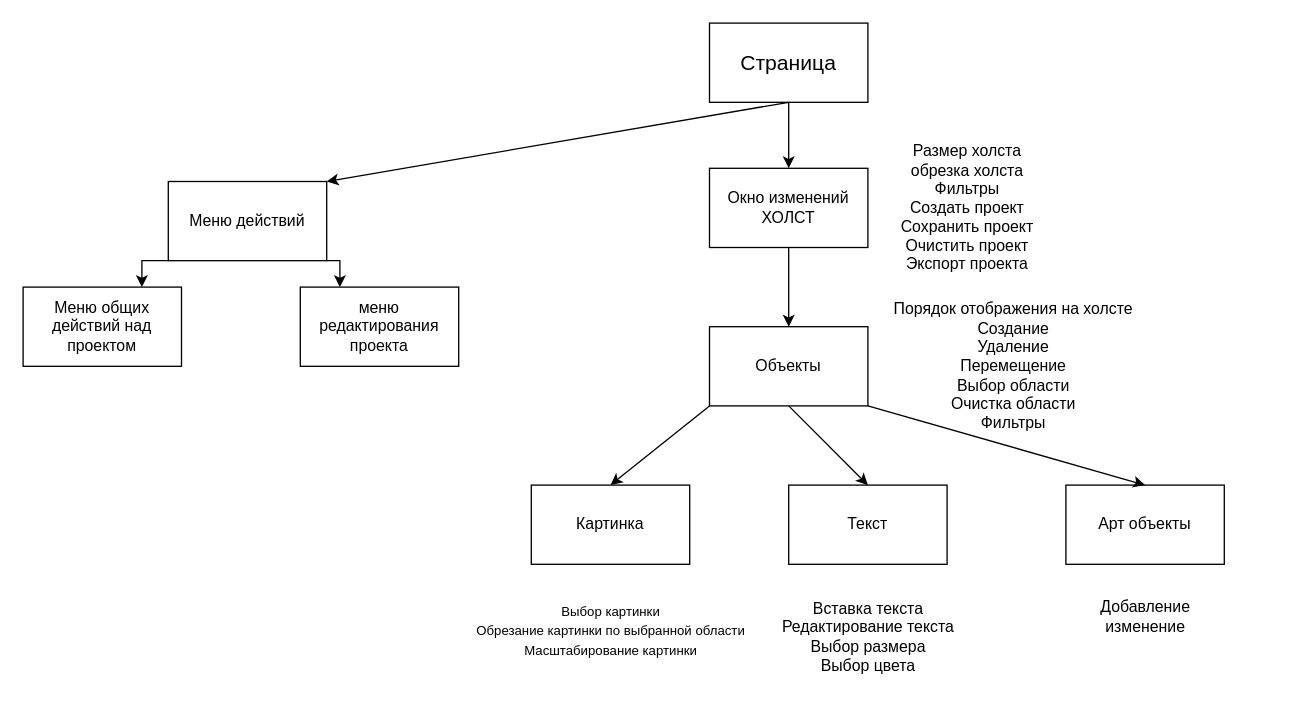
This is Диаграмма без названия.drawio from ValentinKonstantinov/Card_Maker, a draw.io file, before an edit. Source tidied: cells renumbered, new cells numbered last; positions are measured from the earlier drawing's top-left corner, leaving out a move shared by most shapes. Both pictures are drawn from the tidied source at 132%, with x=0, y=0 at pixel (22, 22).
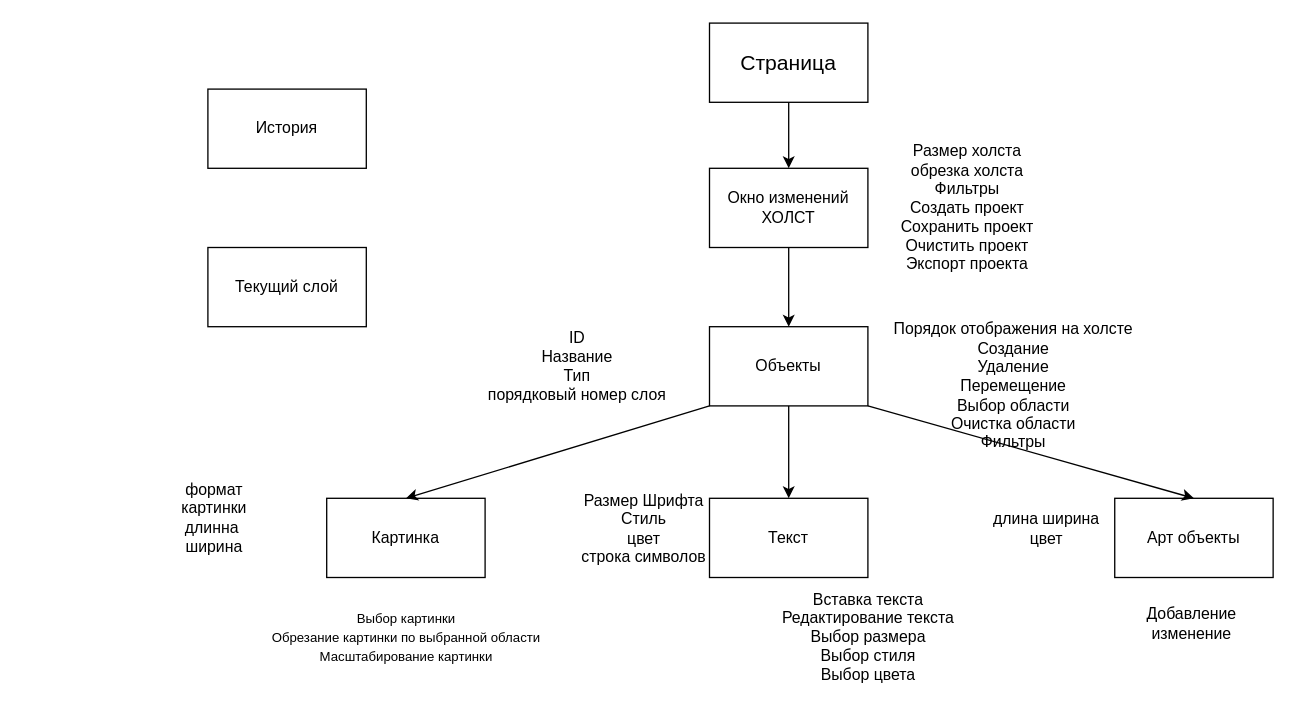
After the change.

Unchanged cells that the change refers to:
```xml
<mxCell id="2" value="&lt;font size=&quot;3&quot;&gt;Страница&lt;/font&gt;" style="rounded=0;whiteSpace=wrap;html=1;" parent="1" vertex="1">
  <mxGeometry x="520" width="120" height="60" as="geometry" />
</mxCell>
```

Diff of the diagram source:
```diff
@@
-    <mxCell id="3" style="endArrow=classic;html=1;rounded=0;exitX=0.5;exitY=1;exitDx=0;exitDy=0;entryX=1;entryY=0;entryDx=0;entryDy=0;" parent="1" edge="1" source="2" target="6">
-      <mxGeometry relative="1" as="geometry" />
-    </mxCell>
-    <mxCell id="4" style="edgeStyle=orthogonalEdgeStyle;rounded=0;jettySize=auto;html=1;exitX=1;exitY=1;exitDx=0;exitDy=0;entryX=0.25;entryY=0;entryDx=0;entryDy=0;" parent="1" edge="1" source="6" target="10">
-      <mxGeometry relative="1" as="geometry" />
-    </mxCell>
-    <mxCell id="5" style="edgeStyle=orthogonalEdgeStyle;rounded=0;jettySize=auto;html=1;exitX=0;exitY=1;exitDx=0;exitDy=0;entryX=0.75;entryY=0;entryDx=0;entryDy=0;" parent="1" edge="1" source="6" target="9">
-      <mxGeometry relative="1" as="geometry" />
-    </mxCell>
-    <mxCell id="6" value="Меню действий" style="rounded=0;whiteSpace=wrap;html=1;" parent="1" vertex="1">
-      <mxGeometry x="110" y="120" width="120" height="60" as="geometry" />
-    </mxCell>
@@
-    <mxCell id="9" value="Меню общих действий над проектом" style="rounded=0;whiteSpace=wrap;html=1;" parent="1" vertex="1">
-      <mxGeometry y="200" width="120" height="60" as="geometry" />
-    </mxCell>
-    <mxCell id="10" value="меню редактирования проекта" style="rounded=0;whiteSpace=wrap;html=1;" parent="1" vertex="1">
-      <mxGeometry x="210" y="200" width="120" height="60" as="geometry" />
-    </mxCell>
     <mxCell id="11" value="Картинка" style="rounded=0;whiteSpace=wrap;html=1;" parent="1" vertex="1">
-      <mxGeometry x="385" y="350" width="120" height="60" as="geometry" />
+      <mxGeometry x="230" y="360" width="120" height="60" as="geometry" />
     </mxCell>
     <mxCell id="12" value="Текст" style="rounded=0;whiteSpace=wrap;html=1;" parent="1" vertex="1">
-      <mxGeometry x="580" y="350" width="120" height="60" as="geometry" />
+      <mxGeometry x="520" y="360" width="120" height="60" as="geometry" />
     </mxCell>
     <mxCell id="13" value="&lt;font style=&quot;font-size: 10px;&quot;&gt;Выбор картинки&lt;br&gt;Обрезание картинки по выбранной области&lt;br&gt;Масштабирование картинки&lt;/font&gt;" style="text;html=1;align=center;verticalAlign=middle;strokeColor=none;fillColor=none;" parent="1" vertex="1">
-      <mxGeometry x="330" y="430" width="230" height="60" as="geometry" />
+      <mxGeometry x="175" y="435" width="230" height="60" as="geometry" />
     </mxCell>
-    <mxCell id="14" value="Вставка текста&lt;br&gt;Редактирование текста&lt;br&gt;Выбор размера&lt;br&gt;Выбор цвета" style="text;html=1;align=center;verticalAlign=middle;strokeColor=none;fillColor=none;" parent="1" vertex="1">
-      <mxGeometry x="565" y="430" width="150" height="70" as="geometry" />
-    </mxCell>
+    <mxCell id="24" value="Вставка текста&lt;br&gt;Редактирование текста&lt;br&gt;Выбор размера&lt;br&gt;Выбор стиля&lt;br&gt;Выбор цвета" style="text;html=1;align=center;verticalAlign=middle;strokeColor=none;fillColor=none;" parent="1" vertex="1">
+      <mxGeometry x="565" y="420" width="150" height="90" as="geometry" />
+    </mxCell>
     <mxCell id="15" value="Арт объекты" style="rounded=0;whiteSpace=wrap;html=1;" parent="1" vertex="1">
-      <mxGeometry x="790" y="350" width="120" height="60" as="geometry" />
+      <mxGeometry x="827" y="360" width="120" height="60" as="geometry" />
     </mxCell>
     <mxCell id="16" value="Добавление&lt;br&gt;изменение" style="text;html=1;align=center;verticalAlign=middle;strokeColor=none;fillColor=none;" parent="1" vertex="1">
-      <mxGeometry x="805" y="430" width="90" height="40" as="geometry" />
+      <mxGeometry x="840" y="435" width="90" height="40" as="geometry" />
     </mxCell>
@@
     <mxCell id="22" value="Порядок отображения на холсте&lt;br&gt;Создание&lt;br&gt;Удаление&lt;br&gt;Перемещение&lt;br&gt;Выбор области&lt;br&gt;Очистка области&lt;br&gt;Фильтры" style="text;html=1;align=center;verticalAlign=middle;strokeColor=none;fillColor=none;" parent="1" vertex="1">
-      <mxGeometry x="650" y="205" width="200" height="110" as="geometry" />
+      <mxGeometry x="650" y="220" width="200" height="110" as="geometry" />
     </mxCell>
@@
+    <mxCell id="25" value="Текущий слой" style="rounded=0;whiteSpace=wrap;html=1;" parent="1" vertex="1">
+      <mxGeometry x="140" y="170" width="120" height="60" as="geometry" />
+    </mxCell>
+    <mxCell id="26" value="История" style="rounded=0;whiteSpace=wrap;html=1;" parent="1" vertex="1">
+      <mxGeometry x="140" y="50" width="120" height="60" as="geometry" />
+    </mxCell>
+    <mxCell id="27" style="edgeStyle=orthogonalEdgeStyle;rounded=0;orthogonalLoop=1;jettySize=auto;html=1;exitX=0.5;exitY=1;exitDx=0;exitDy=0;" parent="1" edge="1" source="25" target="25">
+      <mxGeometry relative="1" as="geometry" />
+    </mxCell>
+    <mxCell id="28" value="ID&lt;br&gt;Название&lt;br&gt;Тип&lt;br&gt;порядковый номер слоя&lt;br&gt;" style="text;html=1;strokeColor=none;fillColor=none;align=center;verticalAlign=middle;whiteSpace=wrap;rounded=0;" parent="1" vertex="1">
+      <mxGeometry x="320" y="230" width="200" height="60" as="geometry" />
+    </mxCell>
+    <mxCell id="29" value="формат картинки&lt;br&gt;длинна&amp;nbsp;&lt;br&gt;ширина" style="text;html=1;strokeColor=none;fillColor=none;align=center;verticalAlign=middle;whiteSpace=wrap;rounded=0;" parent="1" vertex="1">
+      <mxGeometry x="115" y="360" width="60" height="30" as="geometry" />
+    </mxCell>
+    <mxCell id="30" value="Размер Шрифта&lt;br&gt;Стиль&lt;br&gt;цвет&lt;br&gt;строка символов" style="text;html=1;align=center;verticalAlign=middle;strokeColor=none;fillColor=none;" parent="1" vertex="1">
+      <mxGeometry x="410" y="348" width="120" height="70" as="geometry" />
+    </mxCell>
+    <mxCell id="31" value="длина ширина&lt;br&gt;цвет" style="text;html=1;align=center;verticalAlign=middle;strokeColor=none;fillColor=none;" parent="1" vertex="1">
+      <mxGeometry x="725" y="363" width="100" height="40" as="geometry" />
+    </mxCell>
```
